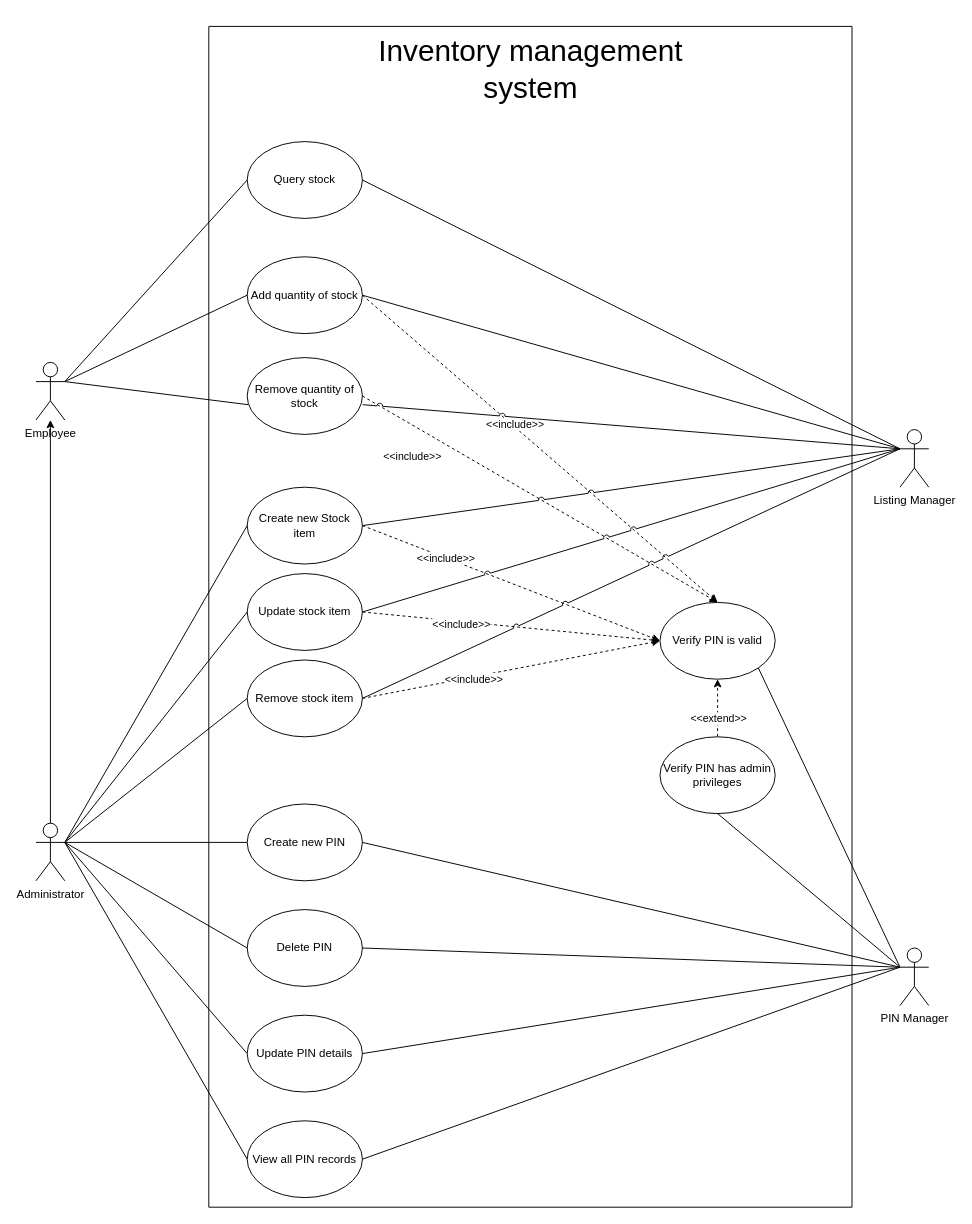
Earlier version of the draw.io diagram Diagrams/Inventory Management System.drawio (AyOhEe/AHCS-Project-Inventory-Manager). Source tidied: cells renumbered, new cells numbered last; positions are measured from the earlier drawing's top-left corner, leaving out a move shared by most shapes. Both pictures are drawn from the tidied source at 96%, with x=0, y=0 at pixel (36, 26).
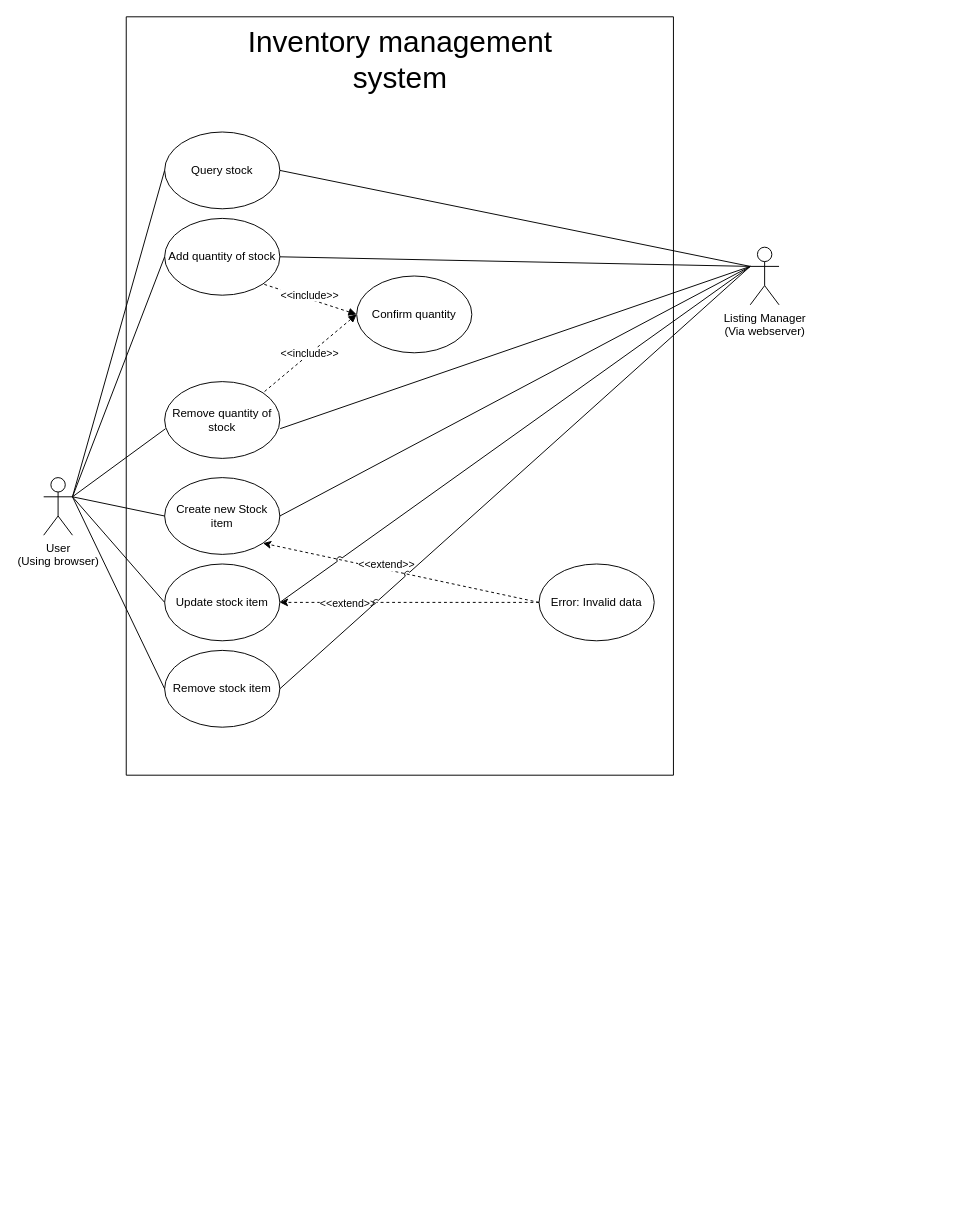
Above is the later version.

The change refers to these unchanged cells:
```xml
<mxCell id="18" value="Create new Stock item" style="ellipse;whiteSpace=wrap;html=1;" parent="2" vertex="1">
  <mxGeometry x="40" y="480" width="120" height="80" as="geometry" />
</mxCell>
<mxCell id="19" value="Query stock" style="ellipse;whiteSpace=wrap;html=1;" parent="2" vertex="1">
  <mxGeometry x="40" y="120" width="120" height="80" as="geometry" />
</mxCell>
<mxCell id="22" value="Update stock item" style="ellipse;whiteSpace=wrap;html=1;" parent="2" vertex="1">
  <mxGeometry x="40" y="570" width="120" height="80" as="geometry" />
</mxCell>
<mxCell id="23" value="Remove stock item" style="ellipse;whiteSpace=wrap;html=1;" parent="2" vertex="1">
  <mxGeometry x="40" y="660" width="120" height="80" as="geometry" />
</mxCell>
```

Diff of the diagram source:
```diff
@@
     <mxCell id="2" style="swimlane;startSize=0;" parent="1" vertex="1">
-      <mxGeometry x="180" width="670" height="1230" as="geometry" />
+      <mxGeometry x="94" y="-10" width="570" height="790" as="geometry" />
     </mxCell>
     <mxCell id="3" value="Inventory management &lt;br&gt;system" style="text;html=1;align=center;verticalAlign=middle;strokeColor=none;fillColor=none;fontSize=31;" parent="2" vertex="1">
-      <mxGeometry x="165" width="340" height="90" as="geometry" />
+      <mxGeometry x="115" width="340" height="90" as="geometry" />
     </mxCell>
-    <mxCell id="4" style="rounded=0;jettySize=auto;html=1;exitX=1;exitY=0.5;exitDx=0;exitDy=0;dashed=1;entryX=0.5;entryY=0;entryDx=0;entryDy=0;jumpStyle=arc;" parent="2" edge="1" source="20" target="17">
-      <mxGeometry relative="1" as="geometry" />
-    </mxCell>
-    <mxCell id="5" value="&amp;lt;&amp;lt;include&amp;gt;&amp;gt;" style="edgeLabel;html=1;align=center;verticalAlign=middle;" parent="4" vertex="1">
-      <mxGeometry x="-0.15" y="2" relative="1" as="geometry" />
-    </mxCell>
-    <mxCell id="6" style="rounded=0;jettySize=auto;html=1;dashed=1;entryX=0.5;entryY=0;entryDx=0;entryDy=0;jumpStyle=arc;exitX=1;exitY=0.5;exitDx=0;exitDy=0;" parent="2" edge="1" source="21" target="17">
-      <mxGeometry relative="1" as="geometry" />
-    </mxCell>
-    <mxCell id="7" value="&amp;lt;&amp;lt;include&amp;gt;&amp;gt;" style="edgeLabel;html=1;align=center;verticalAlign=middle;" parent="6" vertex="1">
-      <mxGeometry x="-0.85" y="1" relative="1" as="geometry">
-        <mxPoint x="23" y="47" as="offset" />
-      </mxGeometry>
-    </mxCell>
-    <mxCell id="8" style="rounded=0;jettySize=auto;html=1;dashed=1;entryX=0;entryY=0.5;entryDx=0;entryDy=0;jumpStyle=arc;exitX=1;exitY=0.5;exitDx=0;exitDy=0;" parent="2" edge="1" source="22" target="17">
-      <mxGeometry relative="1" as="geometry" />
-    </mxCell>
-    <mxCell id="9" value="&amp;lt;&amp;lt;include&amp;gt;&amp;gt;" style="edgeLabel;html=1;align=center;verticalAlign=middle;" parent="8" vertex="1">
-      <mxGeometry x="-0.34" y="-3" relative="1" as="geometry" />
-    </mxCell>
-    <mxCell id="10" style="rounded=0;jettySize=auto;html=1;entryX=0.5;entryY=1;entryDx=0;entryDy=0;dashed=1;exitX=0.5;exitY=0;exitDx=0;exitDy=0;jumpStyle=arc;" parent="2" edge="1" source="12" target="17">
-      <mxGeometry relative="1" as="geometry" />
-    </mxCell>
-    <mxCell id="11" value="&amp;lt;&amp;lt;extend&amp;gt;&amp;gt;" style="edgeLabel;html=1;align=center;verticalAlign=middle;" parent="10" vertex="1">
-      <mxGeometry x="0.35" y="-4" relative="1" as="geometry">
-        <mxPoint x="-4" y="21" as="offset" />
-      </mxGeometry>
-    </mxCell>
-    <mxCell id="12" value="Verify PIN has admin privileges" style="ellipse;whiteSpace=wrap;html=1;" parent="2" vertex="1">
-      <mxGeometry x="470" y="740" width="120" height="80" as="geometry" />
-    </mxCell>
-    <mxCell id="13" style="rounded=0;jettySize=auto;html=1;dashed=1;entryX=0;entryY=0.5;entryDx=0;entryDy=0;jumpStyle=arc;exitX=1;exitY=0.5;exitDx=0;exitDy=0;" parent="2" edge="1" source="23" target="17">
-      <mxGeometry relative="1" as="geometry" />
-    </mxCell>
-    <mxCell id="14" value="&amp;lt;&amp;lt;include&amp;gt;&amp;gt;" style="edgeLabel;html=1;align=center;verticalAlign=middle;" parent="13" vertex="1">
-      <mxGeometry x="-0.51" y="1" relative="1" as="geometry">
-        <mxPoint x="40" y="-5" as="offset" />
-      </mxGeometry>
-    </mxCell>
-    <mxCell id="15" style="rounded=0;jettySize=auto;html=1;dashed=1;exitX=1;exitY=0.5;exitDx=0;exitDy=0;jumpStyle=arc;entryX=0;entryY=0.5;entryDx=0;entryDy=0;" parent="2" edge="1" source="18" target="17">
-      <mxGeometry relative="1" as="geometry" />
-    </mxCell>
-    <mxCell id="16" value="&amp;lt;&amp;lt;include&amp;gt;&amp;gt;" style="edgeLabel;html=1;align=center;verticalAlign=middle;" parent="15" vertex="1">
-      <mxGeometry x="-0.44" relative="1" as="geometry" />
-    </mxCell>
-    <mxCell id="17" value="Verify PIN is valid" style="ellipse;whiteSpace=wrap;html=1;" parent="2" vertex="1">
-      <mxGeometry x="470" y="600" width="120" height="80" as="geometry" />
-    </mxCell>
@@
     <mxCell id="20" value="Add quantity of stock" style="ellipse;whiteSpace=wrap;html=1;" parent="2" vertex="1">
-      <mxGeometry x="40" y="240" width="120" height="80" as="geometry" />
+      <mxGeometry x="40" y="210" width="120" height="80" as="geometry" />
     </mxCell>
     <mxCell id="21" value="Remove quantity of stock" style="ellipse;whiteSpace=wrap;html=1;" parent="2" vertex="1">
-      <mxGeometry x="40" y="345" width="120" height="80" as="geometry" />
+      <mxGeometry x="40" y="380" width="120" height="80" as="geometry" />
     </mxCell>
@@
-    <mxCell id="24" style="rounded=0;jettySize=auto;html=1;exitX=1;exitY=0.3333333333333333;exitDx=0;exitDy=0;exitPerimeter=0;entryX=0;entryY=0.5;entryDx=0;entryDy=0;endArrow=none;endFill=0;jumpStyle=arc;" parent="2" edge="1" source="26" target="19">
-      <mxGeometry relative="1" as="geometry" />
-    </mxCell>
-    <mxCell id="25" style="rounded=0;jettySize=auto;html=1;exitX=1;exitY=0.3333333333333333;exitDx=0;exitDy=0;exitPerimeter=0;entryX=0;entryY=0.5;entryDx=0;entryDy=0;endArrow=none;endFill=0;jumpStyle=arc;" parent="2" edge="1" source="26" target="20">
-      <mxGeometry relative="1" as="geometry" />
-    </mxCell>
-    <mxCell id="26" value="Employee" style="shape=umlActor;verticalLabelPosition=bottom;verticalAlign=top;html=1;outlineConnect=0;" parent="2" vertex="1">
-      <mxGeometry x="-180" y="350" width="30" height="60" as="geometry" />
-    </mxCell>
-    <mxCell id="27" style="rounded=0;jettySize=auto;html=1;exitX=1;exitY=0.3333333333333333;exitDx=0;exitDy=0;exitPerimeter=0;entryX=0.008;entryY=0.613;entryDx=0;entryDy=0;entryPerimeter=0;endArrow=none;endFill=0;jumpStyle=arc;" parent="2" edge="1" source="26" target="21">
-      <mxGeometry relative="1" as="geometry" />
-    </mxCell>
-    <mxCell id="28" style="rounded=0;jettySize=auto;html=1;exitX=1;exitY=0.3333333333333333;exitDx=0;exitDy=0;exitPerimeter=0;entryX=0;entryY=0.5;entryDx=0;entryDy=0;endArrow=none;endFill=0;" parent="2" edge="1" source="32" target="37">
-      <mxGeometry relative="1" as="geometry" />
-    </mxCell>
-    <mxCell id="29" style="rounded=0;jettySize=auto;html=1;exitX=1;exitY=0.3333333333333333;exitDx=0;exitDy=0;exitPerimeter=0;entryX=0;entryY=0.5;entryDx=0;entryDy=0;endArrow=none;endFill=0;" parent="2" edge="1" source="32" target="38">
-      <mxGeometry relative="1" as="geometry" />
-    </mxCell>
-    <mxCell id="30" style="rounded=0;jettySize=auto;html=1;exitX=1;exitY=0.3333333333333333;exitDx=0;exitDy=0;exitPerimeter=0;entryX=0;entryY=0.5;entryDx=0;entryDy=0;endArrow=none;endFill=0;" parent="2" edge="1" source="32" target="39">
-      <mxGeometry relative="1" as="geometry" />
-    </mxCell>
-    <mxCell id="31" style="rounded=0;jettySize=auto;html=1;exitX=1;exitY=0.3333333333333333;exitDx=0;exitDy=0;exitPerimeter=0;entryX=0;entryY=0.5;entryDx=0;entryDy=0;endArrow=none;endFill=0;" parent="2" edge="1" source="32" target="40">
-      <mxGeometry relative="1" as="geometry" />
-    </mxCell>
-    <mxCell id="32" value="Administrator" style="shape=umlActor;verticalLabelPosition=bottom;verticalAlign=top;html=1;outlineConnect=0;" parent="2" vertex="1">
-      <mxGeometry x="-180" y="830" width="30" height="60" as="geometry" />
-    </mxCell>
-    <mxCell id="33" style="rounded=0;jettySize=auto;html=1;exitX=1;exitY=0.3333333333333333;exitDx=0;exitDy=0;exitPerimeter=0;entryX=0;entryY=0.5;entryDx=0;entryDy=0;endArrow=none;endFill=0;jumpStyle=arc;" parent="2" edge="1" source="32" target="18">
-      <mxGeometry relative="1" as="geometry" />
-    </mxCell>
-    <mxCell id="34" style="rounded=0;jettySize=auto;html=1;exitX=1;exitY=0.3333333333333333;exitDx=0;exitDy=0;exitPerimeter=0;entryX=0;entryY=0.5;entryDx=0;entryDy=0;endArrow=none;endFill=0;jumpStyle=arc;" parent="2" edge="1" source="32" target="22">
-      <mxGeometry relative="1" as="geometry" />
-    </mxCell>
-    <mxCell id="35" style="rounded=0;jettySize=auto;html=1;exitX=1;exitY=0.3333333333333333;exitDx=0;exitDy=0;exitPerimeter=0;entryX=0;entryY=0.5;entryDx=0;entryDy=0;endArrow=none;endFill=0;jumpStyle=arc;" parent="2" edge="1" source="32" target="23">
-      <mxGeometry relative="1" as="geometry" />
-    </mxCell>
-    <mxCell id="36" style="edgeStyle=orthogonalEdgeStyle;rounded=0;jettySize=auto;html=1;exitX=0.5;exitY=0;exitDx=0;exitDy=0;exitPerimeter=0;jumpStyle=arc;" parent="2" edge="1" source="32" target="26">
-      <mxGeometry relative="1" as="geometry" />
-    </mxCell>
-    <mxCell id="37" value="Create new PIN" style="ellipse;whiteSpace=wrap;html=1;" parent="2" vertex="1">
-      <mxGeometry x="40" y="810" width="120" height="80" as="geometry" />
-    </mxCell>
-    <mxCell id="38" value="Delete PIN" style="ellipse;whiteSpace=wrap;html=1;" parent="2" vertex="1">
-      <mxGeometry x="40" y="920" width="120" height="80" as="geometry" />
-    </mxCell>
-    <mxCell id="39" value="Update PIN details" style="ellipse;whiteSpace=wrap;html=1;" parent="2" vertex="1">
-      <mxGeometry x="40" y="1030" width="120" height="80" as="geometry" />
-    </mxCell>
-    <mxCell id="40" value="View all PIN records" style="ellipse;whiteSpace=wrap;html=1;" parent="2" vertex="1">
-      <mxGeometry x="40" y="1140" width="120" height="80" as="geometry" />
-    </mxCell>
+    <mxCell id="55" style="rounded=0;jettySize=auto;html=1;exitX=0;exitY=0.5;exitDx=0;exitDy=0;entryX=1;entryY=0;entryDx=0;entryDy=0;dashed=1;endArrow=none;endFill=0;startArrow=block;startFill=1;" parent="2" edge="1" source="56" target="21">
+      <mxGeometry relative="1" as="geometry" />
+    </mxCell>
+    <mxCell id="56" value="Confirm quantity" style="ellipse;whiteSpace=wrap;html=1;" parent="2" vertex="1">
+      <mxGeometry x="240" y="270" width="120" height="80" as="geometry" />
+    </mxCell>
+    <mxCell id="57" style="rounded=0;jettySize=auto;html=1;exitX=0;exitY=0.5;exitDx=0;exitDy=0;entryX=1;entryY=1;entryDx=0;entryDy=0;dashed=1;endArrow=none;endFill=0;startArrow=block;startFill=1;" parent="2" edge="1" source="56" target="20">
+      <mxGeometry relative="1" as="geometry" />
+    </mxCell>
+    <mxCell id="58" value="&amp;lt;&amp;lt;include&amp;gt;&amp;gt;" style="edgeLabel;html=1;align=center;verticalAlign=middle;" parent="57" vertex="1">
+      <mxGeometry x="0.34" y="1" relative="1" as="geometry">
+        <mxPoint x="16" as="offset" />
+      </mxGeometry>
+    </mxCell>
+    <mxCell id="59" value="&amp;lt;&amp;lt;include&amp;gt;&amp;gt;" style="edgeLabel;html=1;align=center;verticalAlign=middle;" parent="2" vertex="1">
+      <mxGeometry x="190" y="350" as="geometry" />
+    </mxCell>
+    <mxCell id="60" style="rounded=0;jettySize=auto;html=1;exitX=0;exitY=0.5;exitDx=0;exitDy=0;entryX=1;entryY=1;entryDx=0;entryDy=0;dashed=1;" parent="2" edge="1" source="64" target="18">
+      <mxGeometry relative="1" as="geometry" />
+    </mxCell>
+    <mxCell id="61" value="&amp;lt;&amp;lt;extend&amp;gt;&amp;gt;" style="edgeLabel;html=1;align=center;verticalAlign=middle;" parent="60" vertex="1">
+      <mxGeometry x="-0.29" y="-1" relative="1" as="geometry">
+        <mxPoint x="-58" y="-17" as="offset" />
+      </mxGeometry>
+    </mxCell>
+    <mxCell id="62" style="rounded=0;jettySize=auto;html=1;entryX=1;entryY=0.5;entryDx=0;entryDy=0;dashed=1;" parent="2" edge="1" source="64" target="22">
+      <mxGeometry relative="1" as="geometry" />
+    </mxCell>
+    <mxCell id="63" value="&amp;lt;&amp;lt;extend&amp;gt;&amp;gt;" style="edgeLabel;html=1;align=center;verticalAlign=middle;" parent="62" vertex="1">
+      <mxGeometry x="-0.19" relative="1" as="geometry">
+        <mxPoint x="-91" as="offset" />
+      </mxGeometry>
+    </mxCell>
+    <mxCell id="64" value="Error: Invalid data" style="ellipse;whiteSpace=wrap;html=1;" parent="2" vertex="1">
+      <mxGeometry x="430" y="570" width="120" height="80" as="geometry" />
+    </mxCell>
-    <mxCell id="41" value="Listing Manager" style="shape=umlActor;verticalLabelPosition=bottom;verticalAlign=top;html=1;outlineConnect=0;" parent="1" vertex="1">
-      <mxGeometry x="900" y="420" width="30" height="60" as="geometry" />
+    <mxCell id="41" value="Listing Manager&lt;div&gt;(Via webserver)&lt;/div&gt;" style="shape=umlActor;verticalLabelPosition=bottom;verticalAlign=top;html=1;outlineConnect=0;" parent="1" vertex="1">
+      <mxGeometry x="744" y="230" width="30" height="60" as="geometry" />
     </mxCell>
-    <mxCell id="42" style="rounded=0;jettySize=auto;html=1;exitX=0;exitY=0.3333333333333333;exitDx=0;exitDy=0;exitPerimeter=0;entryX=1;entryY=0.5;entryDx=0;entryDy=0;endArrow=none;endFill=0;" parent="1" edge="1" source="46" target="37">
-      <mxGeometry relative="1" as="geometry" />
-    </mxCell>
-    <mxCell id="43" style="rounded=0;jettySize=auto;html=1;exitX=0;exitY=0.3333333333333333;exitDx=0;exitDy=0;exitPerimeter=0;entryX=1;entryY=0.5;entryDx=0;entryDy=0;endArrow=none;endFill=0;" parent="1" edge="1" source="46" target="38">
-      <mxGeometry relative="1" as="geometry" />
-    </mxCell>
-    <mxCell id="44" style="rounded=0;jettySize=auto;html=1;exitX=0;exitY=0.3333333333333333;exitDx=0;exitDy=0;exitPerimeter=0;entryX=1;entryY=0.5;entryDx=0;entryDy=0;endArrow=none;endFill=0;" parent="1" edge="1" source="46" target="39">
-      <mxGeometry relative="1" as="geometry" />
-    </mxCell>
-    <mxCell id="45" style="rounded=0;jettySize=auto;html=1;exitX=0;exitY=0.3333333333333333;exitDx=0;exitDy=0;exitPerimeter=0;entryX=1;entryY=0.5;entryDx=0;entryDy=0;endArrow=none;endFill=0;" parent="1" edge="1" source="46" target="40">
-      <mxGeometry relative="1" as="geometry" />
-    </mxCell>
-    <mxCell id="46" value="PIN Manager&lt;div&gt;&lt;br&gt;&lt;/div&gt;" style="shape=umlActor;verticalLabelPosition=bottom;verticalAlign=top;html=1;outlineConnect=0;" parent="1" vertex="1">
-      <mxGeometry x="900" y="960" width="30" height="60" as="geometry" />
-    </mxCell>
@@
-    <mxCell id="53" style="rounded=0;jettySize=auto;html=1;exitX=0;exitY=0.3333333333333333;exitDx=0;exitDy=0;exitPerimeter=0;endArrow=none;endFill=0;jumpStyle=arc;entryX=0.5;entryY=1;entryDx=0;entryDy=0;" parent="1" edge="1" source="46" target="12">
-      <mxGeometry relative="1" as="geometry" />
-    </mxCell>
-    <mxCell id="54" style="jettySize=auto;html=1;exitX=0;exitY=0.3333333333333333;exitDx=0;exitDy=0;exitPerimeter=0;entryX=1;entryY=1;entryDx=0;entryDy=0;rounded=0;endArrow=none;endFill=0;jumpStyle=arc;" parent="1" edge="1" source="46" target="17">
-      <mxGeometry relative="1" as="geometry" />
-    </mxCell>
+    <mxCell id="26" value="User&lt;br&gt;(Using browser)" style="shape=umlActor;verticalLabelPosition=bottom;verticalAlign=top;html=1;outlineConnect=0;" parent="1" vertex="1">
+      <mxGeometry x="8" y="470" width="30" height="60" as="geometry" />
+    </mxCell>
+    <mxCell id="24" style="rounded=0;jettySize=auto;html=1;exitX=1;exitY=0.3333333333333333;exitDx=0;exitDy=0;exitPerimeter=0;entryX=0;entryY=0.5;entryDx=0;entryDy=0;endArrow=none;endFill=0;jumpStyle=arc;" parent="1" edge="1" source="26" target="19">
+      <mxGeometry relative="1" as="geometry" />
+    </mxCell>
+    <mxCell id="25" style="rounded=0;jettySize=auto;html=1;exitX=1;exitY=0.3333333333333333;exitDx=0;exitDy=0;exitPerimeter=0;entryX=0;entryY=0.5;entryDx=0;entryDy=0;endArrow=none;endFill=0;jumpStyle=arc;" parent="1" edge="1" source="26" target="20">
+      <mxGeometry relative="1" as="geometry" />
+    </mxCell>
+    <mxCell id="27" style="rounded=0;jettySize=auto;html=1;exitX=1;exitY=0.3333333333333333;exitDx=0;exitDy=0;exitPerimeter=0;entryX=0.008;entryY=0.613;entryDx=0;entryDy=0;entryPerimeter=0;endArrow=none;endFill=0;jumpStyle=arc;" parent="1" edge="1" source="26" target="21">
+      <mxGeometry relative="1" as="geometry" />
+    </mxCell>
+    <mxCell id="65" style="rounded=0;jettySize=auto;html=1;exitX=1;exitY=0.3333333333333333;exitDx=0;exitDy=0;exitPerimeter=0;entryX=0;entryY=0.5;entryDx=0;entryDy=0;endArrow=none;endFill=0;" parent="1" edge="1" source="26" target="18">
+      <mxGeometry relative="1" as="geometry" />
+    </mxCell>
+    <mxCell id="66" style="rounded=0;jettySize=auto;html=1;exitX=1;exitY=0.3333333333333333;exitDx=0;exitDy=0;exitPerimeter=0;entryX=0;entryY=0.5;entryDx=0;entryDy=0;endArrow=none;endFill=0;" parent="1" edge="1" source="26" target="22">
+      <mxGeometry relative="1" as="geometry" />
+    </mxCell>
+    <mxCell id="67" style="rounded=0;jettySize=auto;html=1;exitX=1;exitY=0.3333333333333333;exitDx=0;exitDy=0;exitPerimeter=0;entryX=0;entryY=0.5;entryDx=0;entryDy=0;endArrow=none;endFill=0;" parent="1" edge="1" source="26" target="23">
+      <mxGeometry relative="1" as="geometry" />
+    </mxCell>
```
